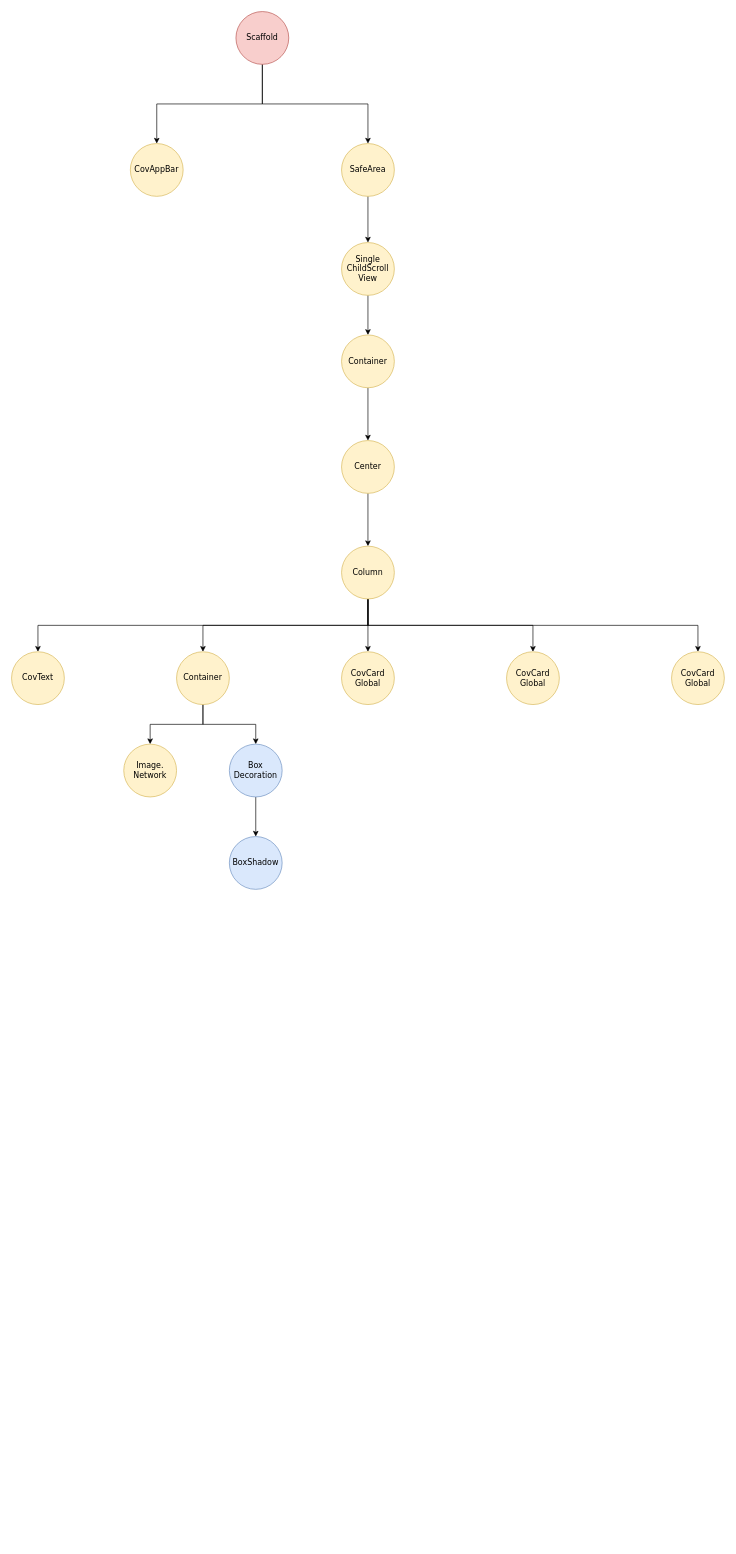
Earlier version of the draw.io diagram .drawio/detail.drawio (ukayaj620/covidfo). Source tidied: cells renumbered, new cells numbered last; positions are measured from the earlier drawing's top-left corner, leaving out a move shared by most shapes. Both pictures are drawn from the tidied source at 66%, with x=0, y=0 at pixel (11, 11).
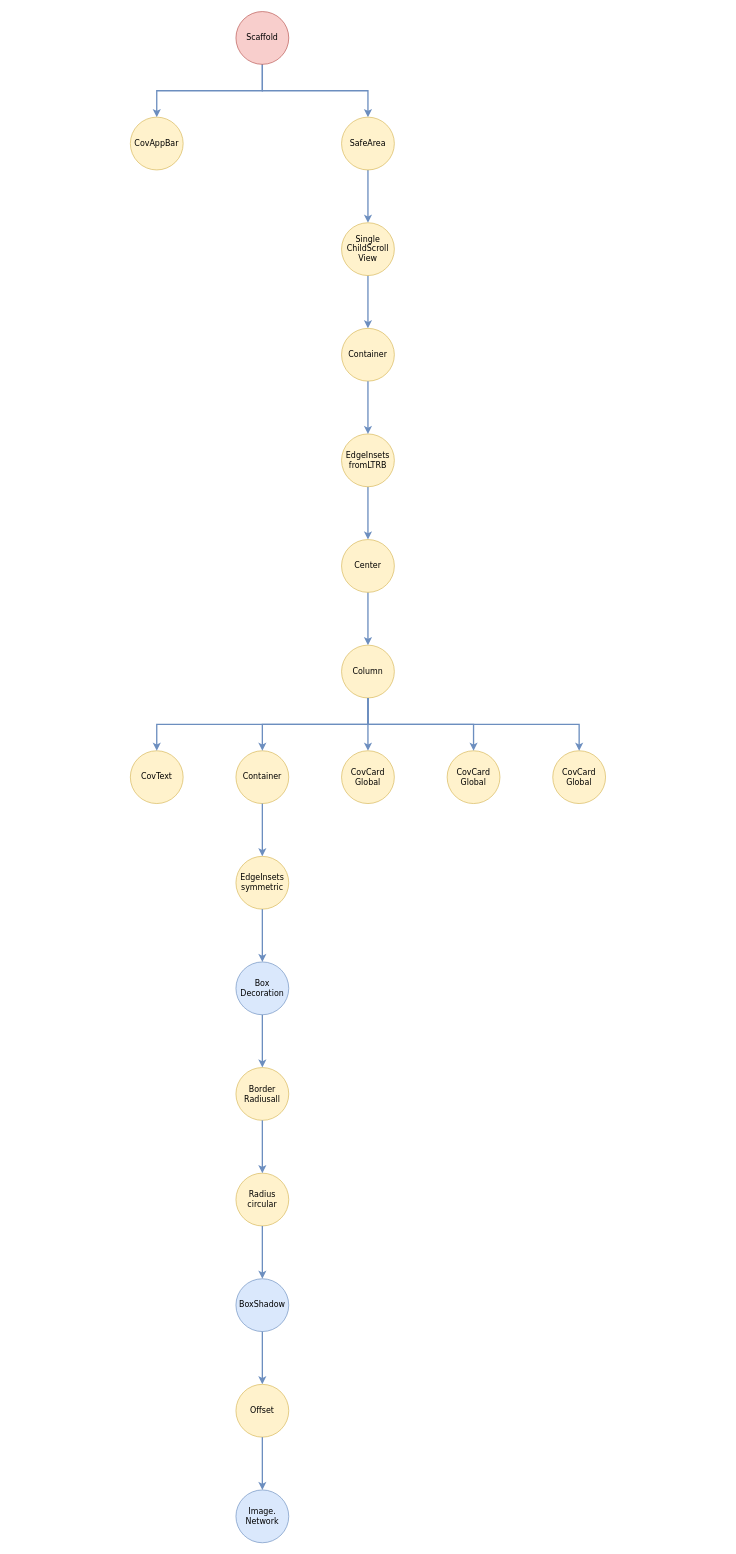
The same page after the edit.

Unchanged cells that the change refers to:
```xml
<mxCell id="4" value="Scaffold" style="ellipse;whiteSpace=wrap;html=1;fontFamily=Verdana;fillColor=#f8cecc;strokeColor=#b85450;" parent="1" vertex="1">
  <mxGeometry x="340" width="80" height="80" as="geometry" />
</mxCell>
```

Diff of the diagram source:
```diff
@@
-    <mxCell id="2" style="edgeStyle=orthogonalEdgeStyle;rounded=0;jettySize=auto;html=1;" parent="1" edge="1" source="4" target="7">
+    <mxCell id="2" style="edgeStyle=orthogonalEdgeStyle;rounded=0;jettySize=auto;html=1;strokeWidth=2;fillColor=#dae8fc;strokeColor=#6c8ebf;" parent="1" edge="1" source="4" target="7">
       <mxGeometry relative="1" as="geometry">
         <Array as="points">
-          <mxPoint x="380" y="140" />
-          <mxPoint x="220" y="140" />
+          <mxPoint x="380" y="120" />
+          <mxPoint x="220" y="120" />
         </Array>
       </mxGeometry>
     </mxCell>
-    <mxCell id="3" style="edgeStyle=orthogonalEdgeStyle;rounded=0;jettySize=auto;html=1;" parent="1" edge="1" source="4" target="6">
+    <mxCell id="3" style="edgeStyle=orthogonalEdgeStyle;rounded=0;jettySize=auto;html=1;strokeWidth=2;fillColor=#dae8fc;strokeColor=#6c8ebf;" parent="1" edge="1" source="4" target="6">
       <mxGeometry relative="1" as="geometry">
         <Array as="points">
-          <mxPoint x="380" y="140" />
-          <mxPoint x="540" y="140" />
+          <mxPoint x="380" y="120" />
+          <mxPoint x="540" y="120" />
         </Array>
       </mxGeometry>
     </mxCell>
@@
-    <mxCell id="5" style="edgeStyle=orthogonalEdgeStyle;rounded=0;jettySize=auto;html=1;" parent="1" edge="1" source="6" target="9">
+    <mxCell id="5" style="edgeStyle=orthogonalEdgeStyle;rounded=0;jettySize=auto;html=1;strokeWidth=2;fillColor=#dae8fc;strokeColor=#6c8ebf;" parent="1" edge="1" source="6" target="9">
       <mxGeometry relative="1" as="geometry" />
     </mxCell>
     <mxCell id="6" value="SafeArea" style="ellipse;whiteSpace=wrap;html=1;fontFamily=Verdana;fillColor=#fff2cc;strokeColor=#d6b656;" parent="1" vertex="1">
-      <mxGeometry x="500" y="200" width="80" height="80" as="geometry" />
+      <mxGeometry x="500" y="160" width="80" height="80" as="geometry" />
     </mxCell>
     <mxCell id="7" value="CovAppBar" style="ellipse;whiteSpace=wrap;html=1;fontFamily=Verdana;fillColor=#fff2cc;strokeColor=#d6b656;" parent="1" vertex="1">
-      <mxGeometry x="180" y="200" width="80" height="80" as="geometry" />
+      <mxGeometry x="180" y="160" width="80" height="80" as="geometry" />
     </mxCell>
-    <mxCell id="8" style="edgeStyle=orthogonalEdgeStyle;rounded=0;jettySize=auto;html=1;" parent="1" edge="1" source="9" target="11">
+    <mxCell id="8" style="edgeStyle=orthogonalEdgeStyle;rounded=0;jettySize=auto;html=1;strokeWidth=2;fillColor=#dae8fc;strokeColor=#6c8ebf;" parent="1" edge="1" source="9" target="11">
       <mxGeometry relative="1" as="geometry" />
     </mxCell>
     <mxCell id="9" value="&lt;div&gt;Single&lt;/div&gt;&lt;div&gt;ChildScroll&lt;/div&gt;&lt;div&gt;View&lt;br&gt;&lt;/div&gt;" style="ellipse;whiteSpace=wrap;html=1;fontFamily=Verdana;fillColor=#fff2cc;strokeColor=#d6b656;" parent="1" vertex="1">
-      <mxGeometry x="500" y="350" width="80" height="80" as="geometry" />
+      <mxGeometry x="500" y="320" width="80" height="80" as="geometry" />
     </mxCell>
-    <mxCell id="10" style="edgeStyle=orthogonalEdgeStyle;rounded=0;jettySize=auto;html=1;" parent="1" edge="1" source="11" target="13">
+    <mxCell id="10" style="edgeStyle=orthogonalEdgeStyle;rounded=0;jettySize=auto;html=1;exitX=0.5;exitY=1;exitDx=0;exitDy=0;fillColor=#dae8fc;strokeColor=#6c8ebf;strokeWidth=2;" parent="1" edge="1" source="31" target="13">
       <mxGeometry relative="1" as="geometry" />
     </mxCell>
     <mxCell id="11" value="Container" style="ellipse;whiteSpace=wrap;html=1;fontFamily=Verdana;fillColor=#fff2cc;strokeColor=#d6b656;" parent="1" vertex="1">
-      <mxGeometry x="500" y="490" width="80" height="80" as="geometry" />
+      <mxGeometry x="500" y="480" width="80" height="80" as="geometry" />
     </mxCell>
-    <mxCell id="12" style="edgeStyle=orthogonalEdgeStyle;rounded=0;jettySize=auto;html=1;" parent="1" edge="1" source="13" target="19">
+    <mxCell id="12" style="edgeStyle=orthogonalEdgeStyle;rounded=0;jettySize=auto;html=1;fillColor=#dae8fc;strokeColor=#6c8ebf;strokeWidth=2;" parent="1" edge="1" source="13" target="19">
       <mxGeometry relative="1" as="geometry" />
     </mxCell>
     <mxCell id="13" value="Center" style="ellipse;whiteSpace=wrap;html=1;fontFamily=Verdana;fillColor=#fff2cc;strokeColor=#d6b656;" parent="1" vertex="1">
-      <mxGeometry x="500" y="650" width="80" height="80" as="geometry" />
+      <mxGeometry x="500" y="800" width="80" height="80" as="geometry" />
     </mxCell>
-    <mxCell id="14" style="edgeStyle=orthogonalEdgeStyle;rounded=0;jettySize=auto;html=1;" parent="1" edge="1" source="19" target="25">
-      <mxGeometry relative="1" as="geometry">
-        <Array as="points">
-          <mxPoint x="540" y="930" />
-          <mxPoint x="40" y="930" />
-        </Array>
-      </mxGeometry>
-    </mxCell>
-    <mxCell id="15" style="edgeStyle=orthogonalEdgeStyle;rounded=0;jettySize=auto;html=1;" parent="1" edge="1" source="19" target="22">
-      <mxGeometry relative="1" as="geometry">
-        <Array as="points">
-          <mxPoint x="540" y="930" />
-          <mxPoint x="290" y="930" />
-        </Array>
-      </mxGeometry>
-    </mxCell>
-    <mxCell id="16" style="edgeStyle=orthogonalEdgeStyle;rounded=0;jettySize=auto;html=1;" parent="1" edge="1" source="19" target="23">
+    <mxCell id="16" style="edgeStyle=orthogonalEdgeStyle;rounded=0;jettySize=auto;html=1;fillColor=#dae8fc;strokeColor=#6c8ebf;strokeWidth=2;" parent="1" edge="1" source="19" target="23">
       <mxGeometry relative="1" as="geometry" />
     </mxCell>
-    <mxCell id="17" style="edgeStyle=orthogonalEdgeStyle;rounded=0;jettySize=auto;html=1;" parent="1" edge="1" source="19" target="24">
-      <mxGeometry relative="1" as="geometry">
-        <Array as="points">
-          <mxPoint x="540" y="930" />
-          <mxPoint x="790" y="930" />
-        </Array>
-      </mxGeometry>
-    </mxCell>
-    <mxCell id="18" style="edgeStyle=orthogonalEdgeStyle;rounded=0;jettySize=auto;html=1;" parent="1" edge="1" source="19" target="26">
-      <mxGeometry relative="1" as="geometry">
-        <Array as="points">
-          <mxPoint x="540" y="930" />
-          <mxPoint x="1040" y="930" />
-        </Array>
-      </mxGeometry>
-    </mxCell>
     <mxCell id="19" value="Column" style="ellipse;whiteSpace=wrap;html=1;fontFamily=Verdana;fillColor=#fff2cc;strokeColor=#d6b656;" parent="1" vertex="1">
-      <mxGeometry x="500" y="810" width="80" height="80" as="geometry" />
+      <mxGeometry x="500" y="960" width="80" height="80" as="geometry" />
     </mxCell>
-    <mxCell id="20" style="edgeStyle=orthogonalEdgeStyle;rounded=0;jettySize=auto;html=1;" parent="1" edge="1" source="22" target="29">
-      <mxGeometry relative="1" as="geometry" />
-    </mxCell>
-    <mxCell id="21" style="edgeStyle=orthogonalEdgeStyle;rounded=0;jettySize=auto;html=1;" parent="1" edge="1" source="22" target="28">
-      <mxGeometry relative="1" as="geometry" />
-    </mxCell>
     <mxCell id="22" value="Container" style="ellipse;whiteSpace=wrap;html=1;fontFamily=Verdana;fillColor=#fff2cc;strokeColor=#d6b656;" parent="1" vertex="1">
-      <mxGeometry x="250" y="970" width="80" height="80" as="geometry" />
+      <mxGeometry x="340" y="1120" width="80" height="80" as="geometry" />
     </mxCell>
     <mxCell id="23" value="&lt;div&gt;CovCard&lt;/div&gt;&lt;div&gt;Global&lt;br&gt;&lt;/div&gt;" style="ellipse;whiteSpace=wrap;html=1;fontFamily=Verdana;fillColor=#fff2cc;strokeColor=#d6b656;" parent="1" vertex="1">
-      <mxGeometry x="500" y="970" width="80" height="80" as="geometry" />
+      <mxGeometry x="500" y="1120" width="80" height="80" as="geometry" />
     </mxCell>
     <mxCell id="24" value="&lt;div&gt;CovCard&lt;/div&gt;&lt;div&gt;Global&lt;br&gt;&lt;/div&gt;" style="ellipse;whiteSpace=wrap;html=1;fontFamily=Verdana;fillColor=#fff2cc;strokeColor=#d6b656;" parent="1" vertex="1">
-      <mxGeometry x="750" y="970" width="80" height="80" as="geometry" />
+      <mxGeometry x="660" y="1120" width="80" height="80" as="geometry" />
     </mxCell>
     <mxCell id="25" value="&lt;div&gt;CovText&lt;/div&gt;" style="ellipse;whiteSpace=wrap;html=1;fontFamily=Verdana;fillColor=#fff2cc;strokeColor=#d6b656;" parent="1" vertex="1">
-      <mxGeometry y="970" width="80" height="80" as="geometry" />
+      <mxGeometry x="180" y="1120" width="80" height="80" as="geometry" />
     </mxCell>
     <mxCell id="26" value="&lt;div&gt;CovCard&lt;/div&gt;&lt;div&gt;Global&lt;br&gt;&lt;/div&gt;" style="ellipse;whiteSpace=wrap;html=1;fontFamily=Verdana;fillColor=#fff2cc;strokeColor=#d6b656;" parent="1" vertex="1">
-      <mxGeometry x="1000" y="970" width="80" height="80" as="geometry" />
+      <mxGeometry x="820" y="1120" width="80" height="80" as="geometry" />
     </mxCell>
-    <mxCell id="27" style="edgeStyle=orthogonalEdgeStyle;rounded=0;jettySize=auto;html=1;" parent="1" edge="1" source="28" target="30">
-      <mxGeometry relative="1" as="geometry" />
-    </mxCell>
+    <mxCell id="29" value="&lt;div&gt;Image.&lt;/div&gt;&lt;div&gt;Network&lt;br&gt;&lt;/div&gt;" style="ellipse;whiteSpace=wrap;html=1;fontFamily=Verdana;fillColor=#dae8fc;strokeColor=#6c8ebf;" parent="1" vertex="1">
+      <mxGeometry x="340" y="2240" width="80" height="80" as="geometry" />
+    </mxCell>
+    <mxCell id="31" value="&lt;div&gt;EdgeInsets&lt;/div&gt;&lt;div&gt;fromLTRB&lt;br&gt;&lt;/div&gt;" style="ellipse;whiteSpace=wrap;html=1;fontFamily=Verdana;fillColor=#fff2cc;strokeColor=#d6b656;" parent="1" vertex="1">
+      <mxGeometry x="500" y="640" width="80" height="80" as="geometry" />
+    </mxCell>
+    <mxCell id="32" style="endArrow=classic;html=1;strokeWidth=2;fontFamily=Verdana;exitX=0.5;exitY=1;exitDx=0;exitDy=0;entryX=0.5;entryY=0;entryDx=0;entryDy=0;fillColor=#dae8fc;strokeColor=#6c8ebf;" parent="1" edge="1" source="11" target="31">
+      <mxGeometry relative="1" as="geometry" />
+    </mxCell>
+    <mxCell id="33" value="&lt;div&gt;EdgeInsets&lt;/div&gt;&lt;div&gt;symmetric&lt;br&gt;&lt;/div&gt;" style="ellipse;whiteSpace=wrap;html=1;fontFamily=Verdana;fillColor=#fff2cc;strokeColor=#d6b656;" parent="1" vertex="1">
+      <mxGeometry x="340" y="1280" width="80" height="80" as="geometry" />
+    </mxCell>
-    <mxCell id="28" value="&lt;div&gt;Box&lt;/div&gt;&lt;div&gt;Decoration&lt;/div&gt;" style="ellipse;whiteSpace=wrap;html=1;fontFamily=Verdana;fillColor=#dae8fc;strokeColor=#6c8ebf;" parent="1" vertex="1">
-      <mxGeometry x="330" y="1110" width="80" height="80" as="geometry" />
+    <mxCell id="28" value="&lt;div&gt;Box&lt;/div&gt;&lt;div&gt;Decoration&lt;br&gt;&lt;/div&gt;" style="ellipse;whiteSpace=wrap;html=1;fontFamily=Verdana;fillColor=#dae8fc;strokeColor=#6c8ebf;" parent="1" vertex="1">
+      <mxGeometry x="340" y="1440" width="80" height="80" as="geometry" />
     </mxCell>
-    <mxCell id="29" value="&lt;div&gt;Image.&lt;/div&gt;&lt;div&gt;Network&lt;br&gt;&lt;/div&gt;" style="ellipse;whiteSpace=wrap;html=1;fontFamily=Verdana;fillColor=#fff2cc;strokeColor=#d6b656;" parent="1" vertex="1">
-      <mxGeometry x="170" y="1110" width="80" height="80" as="geometry" />
-    </mxCell>
+    <mxCell id="34" value="&lt;div&gt;Border&lt;/div&gt;&lt;div&gt;Radiusall&lt;br&gt;&lt;/div&gt;" style="ellipse;whiteSpace=wrap;html=1;fontFamily=Verdana;fillColor=#fff2cc;strokeColor=#d6b656;" parent="1" vertex="1">
+      <mxGeometry x="340" y="1600" width="80" height="80" as="geometry" />
+    </mxCell>
+    <mxCell id="35" value="&lt;div&gt;Radius&lt;/div&gt;&lt;div&gt;circular&lt;br&gt;&lt;/div&gt;" style="ellipse;whiteSpace=wrap;html=1;fontFamily=Verdana;fillColor=#fff2cc;strokeColor=#d6b656;" parent="1" vertex="1">
+      <mxGeometry x="340" y="1760" width="80" height="80" as="geometry" />
+    </mxCell>
     <mxCell id="30" value="BoxShadow" style="ellipse;whiteSpace=wrap;html=1;fontFamily=Verdana;fillColor=#dae8fc;strokeColor=#6c8ebf;" parent="1" vertex="1">
-      <mxGeometry x="330" y="1250" width="80" height="80" as="geometry" />
+      <mxGeometry x="340" y="1920" width="80" height="80" as="geometry" />
     </mxCell>
+    <mxCell id="14" style="edgeStyle=elbowEdgeStyle;elbow=vertical;endArrow=classic;html=1;strokeWidth=2;fontFamily=Verdana;exitX=0.5;exitY=1;exitDx=0;exitDy=0;entryX=0.5;entryY=0;entryDx=0;entryDy=0;rounded=0;fillColor=#dae8fc;strokeColor=#6c8ebf;" parent="1" edge="1" source="19" target="25">
+      <mxGeometry relative="1" as="geometry" />
+    </mxCell>
+    <mxCell id="15" style="edgeStyle=elbowEdgeStyle;elbow=vertical;endArrow=classic;html=1;strokeWidth=2;fontFamily=Verdana;exitX=0.5;exitY=1;exitDx=0;exitDy=0;rounded=0;fillColor=#dae8fc;strokeColor=#6c8ebf;" parent="1" edge="1" source="19" target="22">
+      <mxGeometry relative="1" as="geometry" />
+    </mxCell>
+    <mxCell id="17" style="edgeStyle=elbowEdgeStyle;elbow=vertical;endArrow=classic;html=1;strokeWidth=2;fontFamily=Verdana;exitX=0.5;exitY=1;exitDx=0;exitDy=0;rounded=0;fillColor=#dae8fc;strokeColor=#6c8ebf;" parent="1" edge="1" source="19" target="24">
+      <mxGeometry relative="1" as="geometry" />
+    </mxCell>
+    <mxCell id="18" style="edgeStyle=elbowEdgeStyle;elbow=vertical;endArrow=classic;html=1;strokeWidth=2;fontFamily=Verdana;entryX=0.5;entryY=0;entryDx=0;entryDy=0;rounded=0;fillColor=#dae8fc;strokeColor=#6c8ebf;" parent="1" edge="1" source="19" target="26">
+      <mxGeometry relative="1" as="geometry" />
+    </mxCell>
+    <mxCell id="36" style="endArrow=classic;html=1;strokeWidth=2;fontFamily=Verdana;exitX=0.5;exitY=1;exitDx=0;exitDy=0;entryX=0.5;entryY=0;entryDx=0;entryDy=0;fillColor=#dae8fc;strokeColor=#6c8ebf;" parent="1" edge="1" source="22" target="33">
+      <mxGeometry relative="1" as="geometry" />
+    </mxCell>
+    <mxCell id="37" style="endArrow=classic;html=1;strokeWidth=2;fontFamily=Verdana;exitX=0.5;exitY=1;exitDx=0;exitDy=0;entryX=0.5;entryY=0;entryDx=0;entryDy=0;fillColor=#dae8fc;strokeColor=#6c8ebf;" parent="1" edge="1" source="33" target="28">
+      <mxGeometry relative="1" as="geometry" />
+    </mxCell>
+    <mxCell id="38" style="endArrow=classic;html=1;strokeWidth=2;fontFamily=Verdana;exitX=0.5;exitY=1;exitDx=0;exitDy=0;entryX=0.5;entryY=0;entryDx=0;entryDy=0;fillColor=#dae8fc;strokeColor=#6c8ebf;" parent="1" edge="1" source="28" target="34">
+      <mxGeometry relative="1" as="geometry" />
+    </mxCell>
+    <mxCell id="39" style="endArrow=classic;html=1;strokeWidth=2;fontFamily=Verdana;exitX=0.5;exitY=1;exitDx=0;exitDy=0;fillColor=#dae8fc;strokeColor=#6c8ebf;" parent="1" edge="1" source="34" target="35">
+      <mxGeometry relative="1" as="geometry" />
+    </mxCell>
+    <mxCell id="40" style="endArrow=classic;html=1;strokeWidth=2;fontFamily=Verdana;exitX=0.5;exitY=1;exitDx=0;exitDy=0;entryX=0.5;entryY=0;entryDx=0;entryDy=0;fillColor=#dae8fc;strokeColor=#6c8ebf;" parent="1" edge="1" source="35" target="30">
+      <mxGeometry relative="1" as="geometry" />
+    </mxCell>
+    <mxCell id="41" style="endArrow=classic;html=1;strokeWidth=2;fontFamily=Verdana;exitX=0.5;exitY=1;exitDx=0;exitDy=0;entryX=0.5;entryY=0;entryDx=0;entryDy=0;fillColor=#dae8fc;strokeColor=#6c8ebf;" parent="1" edge="1" source="30" target="42">
+      <mxGeometry relative="1" as="geometry" />
+    </mxCell>
+    <mxCell id="42" value="Offset" style="ellipse;whiteSpace=wrap;html=1;fontFamily=Verdana;fillColor=#fff2cc;strokeColor=#d6b656;" parent="1" vertex="1">
+      <mxGeometry x="340" y="2080" width="80" height="80" as="geometry" />
+    </mxCell>
+    <mxCell id="43" style="endArrow=classic;html=1;strokeWidth=2;fontFamily=Verdana;exitX=0.5;exitY=1;exitDx=0;exitDy=0;entryX=0.5;entryY=0;entryDx=0;entryDy=0;fillColor=#dae8fc;strokeColor=#6c8ebf;" parent="1" edge="1" source="42" target="29">
+      <mxGeometry relative="1" as="geometry" />
+    </mxCell>
```
